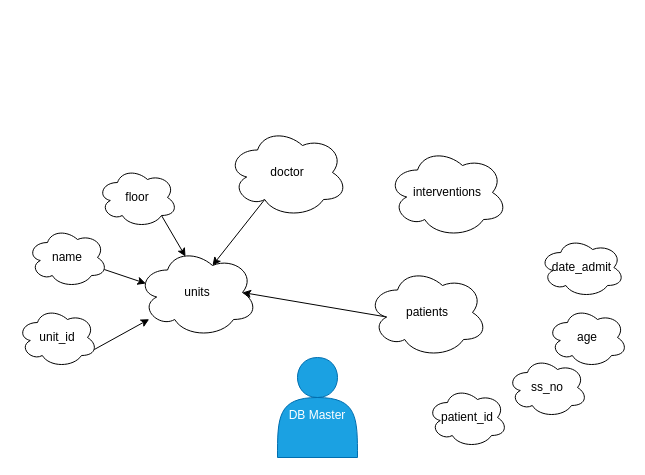
Earlier version of the draw.io diagram Andrew/Database_Development/Health_Centre/hc-cloud.drawio (codefactorygit/BE-21-DB-MySQL-Day1-Andrew-Elnaz). Source tidied: cells renumbered, new cells numbered last; positions are measured from the earlier drawing's top-left corner, leaving out a move shared by most shapes. Both pictures are drawn from the tidied source at 100%, with x=0, y=0 at pixel (17, 127).
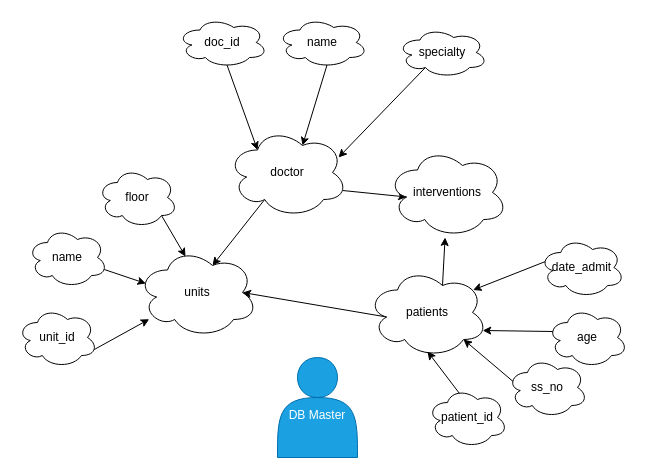
The same page after the edit.

Unchanged cells that the change refers to:
```xml
<mxCell id="11" value="doctor" style="ellipse;shape=cloud;whiteSpace=wrap;html=1;" parent="1" vertex="1">
  <mxGeometry x="210" width="120" height="90" as="geometry" />
</mxCell>
<mxCell id="13" value="patients" style="ellipse;shape=cloud;whiteSpace=wrap;html=1;" parent="1" vertex="1">
  <mxGeometry x="350" y="140" width="120" height="90" as="geometry" />
</mxCell>
<mxCell id="14" value="interventions" style="ellipse;shape=cloud;whiteSpace=wrap;html=1;" parent="1" vertex="1">
  <mxGeometry x="370" y="20" width="120" height="90" as="geometry" />
</mxCell>
<mxCell id="15" value="patient_id" style="ellipse;shape=cloud;whiteSpace=wrap;html=1;" parent="1" vertex="1">
  <mxGeometry x="410" y="260" width="80" height="60" as="geometry" />
</mxCell>
<mxCell id="16" value="ss_no" style="ellipse;shape=cloud;whiteSpace=wrap;html=1;" parent="1" vertex="1">
  <mxGeometry x="490" y="230" width="80" height="60" as="geometry" />
</mxCell>
<mxCell id="17" value="age" style="ellipse;shape=cloud;whiteSpace=wrap;html=1;" parent="1" vertex="1">
  <mxGeometry x="530" y="180" width="80" height="60" as="geometry" />
</mxCell>
<mxCell id="18" value="&lt;font style=&quot;font-size: 12px&quot;&gt;date_admit&lt;/font&gt;" style="ellipse;shape=cloud;whiteSpace=wrap;html=1;" parent="1" vertex="1">
  <mxGeometry x="522" y="110" width="85" height="60" as="geometry" />
</mxCell>
```

Diff of the diagram source:
```diff
@@
+    <mxCell id="19" style="edgeStyle=none;rounded=0;jettySize=auto;html=1;exitX=0.96;exitY=0.7;exitDx=0;exitDy=0;exitPerimeter=0;entryX=0.16;entryY=0.55;entryDx=0;entryDy=0;entryPerimeter=0;" parent="1" edge="1" source="11" target="14">
+      <mxGeometry relative="1" as="geometry" />
+    </mxCell>
@@
+    <mxCell id="20" style="edgeStyle=none;rounded=0;jettySize=auto;html=1;exitX=0.625;exitY=0.2;exitDx=0;exitDy=0;exitPerimeter=0;" parent="1" edge="1" source="13" target="14">
+      <mxGeometry relative="1" as="geometry" />
+    </mxCell>
@@
+    <mxCell id="21" style="edgeStyle=none;rounded=0;jettySize=auto;html=1;exitX=0.4;exitY=0.1;exitDx=0;exitDy=0;exitPerimeter=0;entryX=0.5;entryY=0.933;entryDx=0;entryDy=0;entryPerimeter=0;" parent="1" edge="1" source="15" target="13">
+      <mxGeometry relative="1" as="geometry" />
+    </mxCell>
@@
+    <mxCell id="22" style="edgeStyle=none;rounded=0;jettySize=auto;html=1;exitX=0.07;exitY=0.4;exitDx=0;exitDy=0;exitPerimeter=0;entryX=0.8;entryY=0.8;entryDx=0;entryDy=0;entryPerimeter=0;" parent="1" edge="1" source="16" target="13">
+      <mxGeometry relative="1" as="geometry" />
+    </mxCell>
@@
+    <mxCell id="23" style="edgeStyle=none;rounded=0;jettySize=auto;html=1;exitX=0.07;exitY=0.4;exitDx=0;exitDy=0;exitPerimeter=0;entryX=0.96;entryY=0.7;entryDx=0;entryDy=0;entryPerimeter=0;" parent="1" edge="1" source="17" target="13">
+      <mxGeometry relative="1" as="geometry" />
+    </mxCell>
@@
+    <mxCell id="24" style="rounded=0;jettySize=auto;html=1;exitX=0.07;exitY=0.4;exitDx=0;exitDy=0;exitPerimeter=0;entryX=0.88;entryY=0.25;entryDx=0;entryDy=0;entryPerimeter=0;" parent="1" edge="1" source="18" target="13">
+      <mxGeometry relative="1" as="geometry" />
+    </mxCell>
@@
+    <mxCell id="25" style="edgeStyle=none;rounded=0;jettySize=auto;html=1;exitX=0.55;exitY=0.95;exitDx=0;exitDy=0;exitPerimeter=0;entryX=0.25;entryY=0.25;entryDx=0;entryDy=0;entryPerimeter=0;" parent="1" edge="1" source="26" target="11">
+      <mxGeometry relative="1" as="geometry" />
+    </mxCell>
+    <mxCell id="26" value="doc_id" style="ellipse;shape=cloud;whiteSpace=wrap;html=1;" parent="1" vertex="1">
+      <mxGeometry x="160" y="-110" width="90" height="50" as="geometry" />
+    </mxCell>
+    <mxCell id="27" style="edgeStyle=none;rounded=0;jettySize=auto;html=1;exitX=0.55;exitY=0.95;exitDx=0;exitDy=0;exitPerimeter=0;entryX=0.625;entryY=0.2;entryDx=0;entryDy=0;entryPerimeter=0;" parent="1" edge="1" source="28" target="11">
+      <mxGeometry relative="1" as="geometry" />
+    </mxCell>
+    <mxCell id="28" value="name" style="ellipse;shape=cloud;whiteSpace=wrap;html=1;" parent="1" vertex="1">
+      <mxGeometry x="260" y="-110" width="90" height="50" as="geometry" />
+    </mxCell>
+    <mxCell id="29" style="edgeStyle=none;rounded=0;jettySize=auto;html=1;exitX=0.31;exitY=0.8;exitDx=0;exitDy=0;exitPerimeter=0;entryX=0.925;entryY=0.333;entryDx=0;entryDy=0;entryPerimeter=0;" parent="1" edge="1" source="30" target="11">
+      <mxGeometry relative="1" as="geometry" />
+    </mxCell>
+    <mxCell id="30" value="specialty" style="ellipse;shape=cloud;whiteSpace=wrap;html=1;" parent="1" vertex="1">
+      <mxGeometry x="380" y="-100" width="90" height="50" as="geometry" />
+    </mxCell>
```
